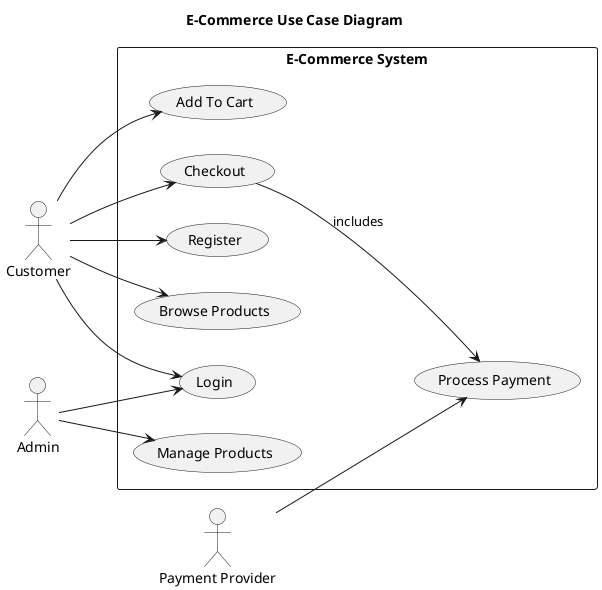
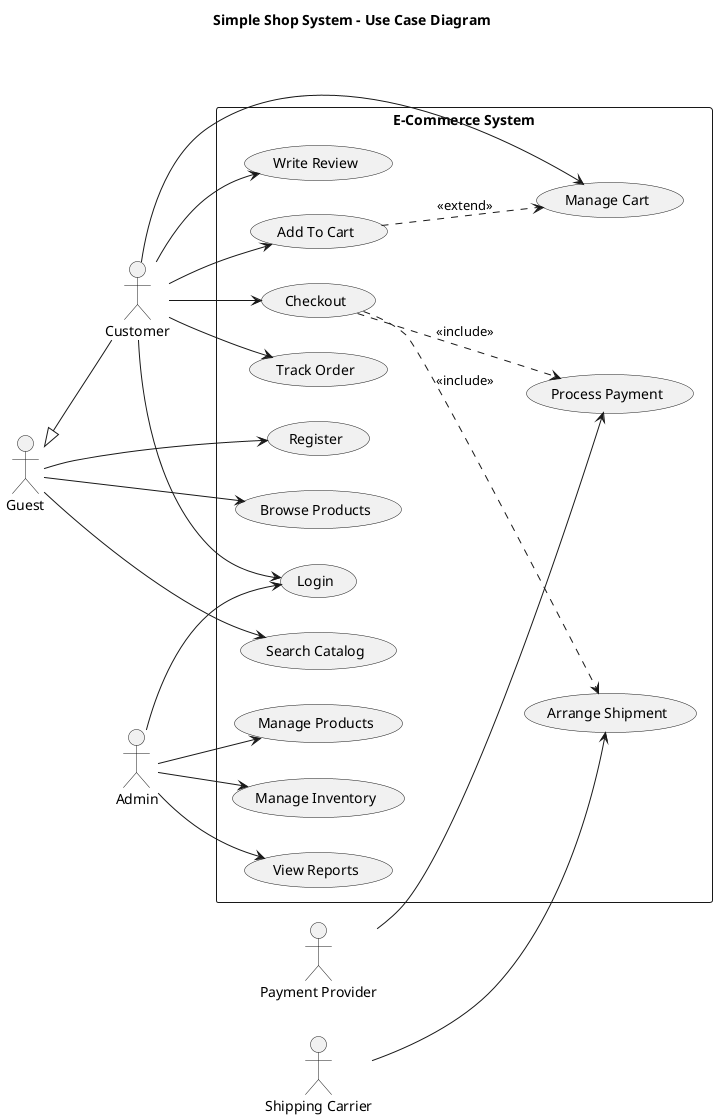
@startuml
- title E-Commerce Use Case Diagram
+ title Simple Shop System - Use Case Diagram

left to right direction

+ actor "Guest" as Guest
actor Customer
actor Admin
actor "Payment Provider" as PaymentProvider
+ actor "Shipping Carrier" as Carrier
+ 
+ Guest <|-- Customer

rectangle "E-Commerce System" {
  usecase "Register" as UC_Register
  usecase "Login" as UC_Login
  usecase "Browse Products" as UC_Browse
+   usecase "Search Catalog" as UC_Search
  usecase "Add To Cart" as UC_AddToCart
+   usecase "Manage Cart" as UC_ManageCart
  usecase "Checkout" as UC_Checkout
+   usecase "Process Payment" as UC_ProcessPayment
+   usecase "Track Order" as UC_Track
+   usecase "Write Review" as UC_Review
  usecase "Manage Products" as UC_ManageProducts
-   usecase "Process Payment" as UC_ProcessPayment
+   usecase "Manage Inventory" as UC_Inventory
+   usecase "View Reports" as UC_Reports
+   usecase "Arrange Shipment" as UC_Ship
}

- Customer --> UC_Register
+ Guest --> UC_Browse
+ Guest --> UC_Search
+ Guest --> UC_Register
+ 
Customer --> UC_Login
- Customer --> UC_Browse
Customer --> UC_AddToCart
+ Customer --> UC_ManageCart
Customer --> UC_Checkout
+ Customer --> UC_Track
+ Customer --> UC_Review

Admin --> UC_Login
Admin --> UC_ManageProducts
+ Admin --> UC_Inventory
+ Admin --> UC_Reports

- UC_Checkout --> UC_ProcessPayment : includes
+ UC_Checkout ..> UC_ProcessPayment : <<include>>
+ UC_AddToCart ..> UC_ManageCart : <<extend>>
+ UC_Checkout ..> UC_Ship : <<include>>
PaymentProvider --> UC_ProcessPayment
- 
+ Carrier --> UC_Ship
@enduml
